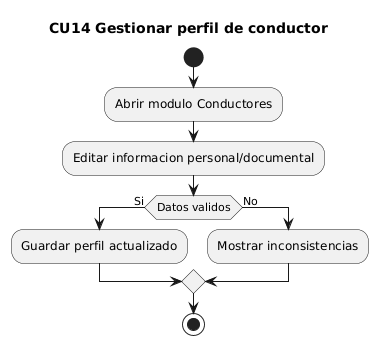
Before: docs/uml/render/actividades_cu/CU14_actividad_gestionar_perfil_conductor.png, a diagram exported from PlantUML (maranavard/SISTEMA-COMPUTACIONAL-PARA-LA-GESTION-Y-CONTROL-DE-ACCESO-DE-AUTOMOVILES-M-DULO-WEB). Its diagram source:
```plantuml
@startuml
title CU14 Gestionar perfil de conductor
start
:Abrir modulo Conductores;
:Editar informacion personal/documental;
if (Datos validos) then (Si)
  :Guardar perfil actualizado;
else (No)
  :Mostrar inconsistencias;
endif
stop
@enduml
```
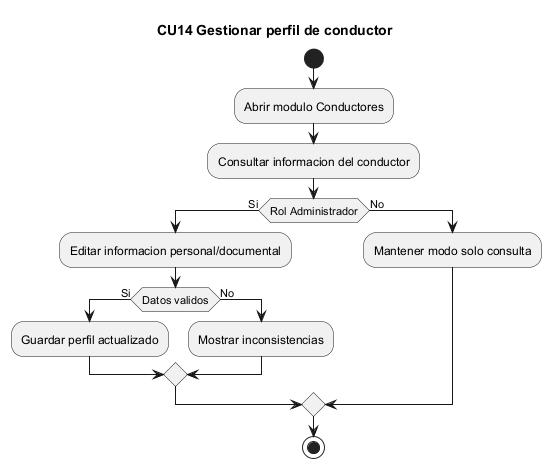
After the change.

What changed in the source:
```diff
@@ -1,12 +1,17 @@
-@startuml
+@startuml CU14_actividad_gestionar_perfil_conductor
 title CU14 Gestionar perfil de conductor
 start
 :Abrir modulo Conductores;
-:Editar informacion personal/documental;
-if (Datos validos) then (Si)
-  :Guardar perfil actualizado;
+:Consultar informacion del conductor;
+if (Rol Administrador) then (Si)
+  :Editar informacion personal/documental;
+  if (Datos validos) then (Si)
+    :Guardar perfil actualizado;
+  else (No)
+    :Mostrar inconsistencias;
+  endif
 else (No)
-  :Mostrar inconsistencias;
+  :Mantener modo solo consulta;
 endif
 stop
 @enduml
```
